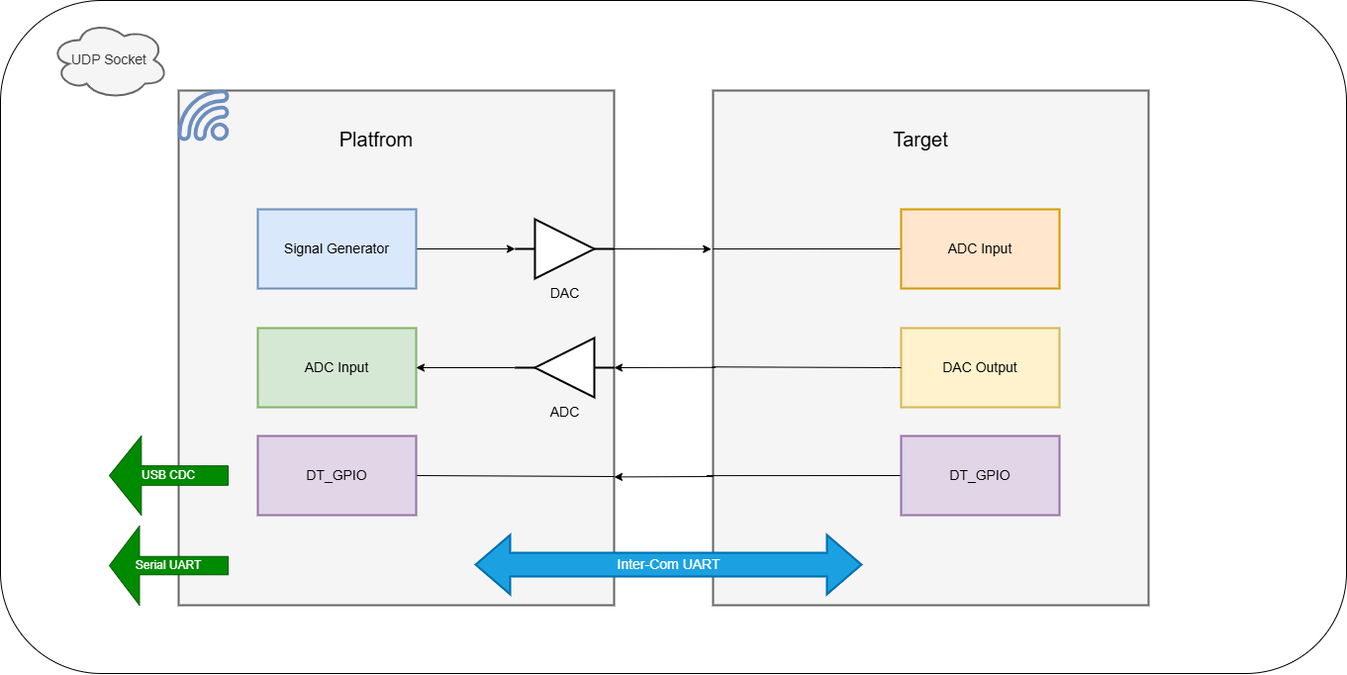
Above: docs/figures/block_diagram.png in RWU-EMM/Embedded-Project (draw.io), before the change. Source tidied: cells renumbered, new cells last; positions are measured from the earlier drawing's top-left corner, leaving out a move shared by most shapes.
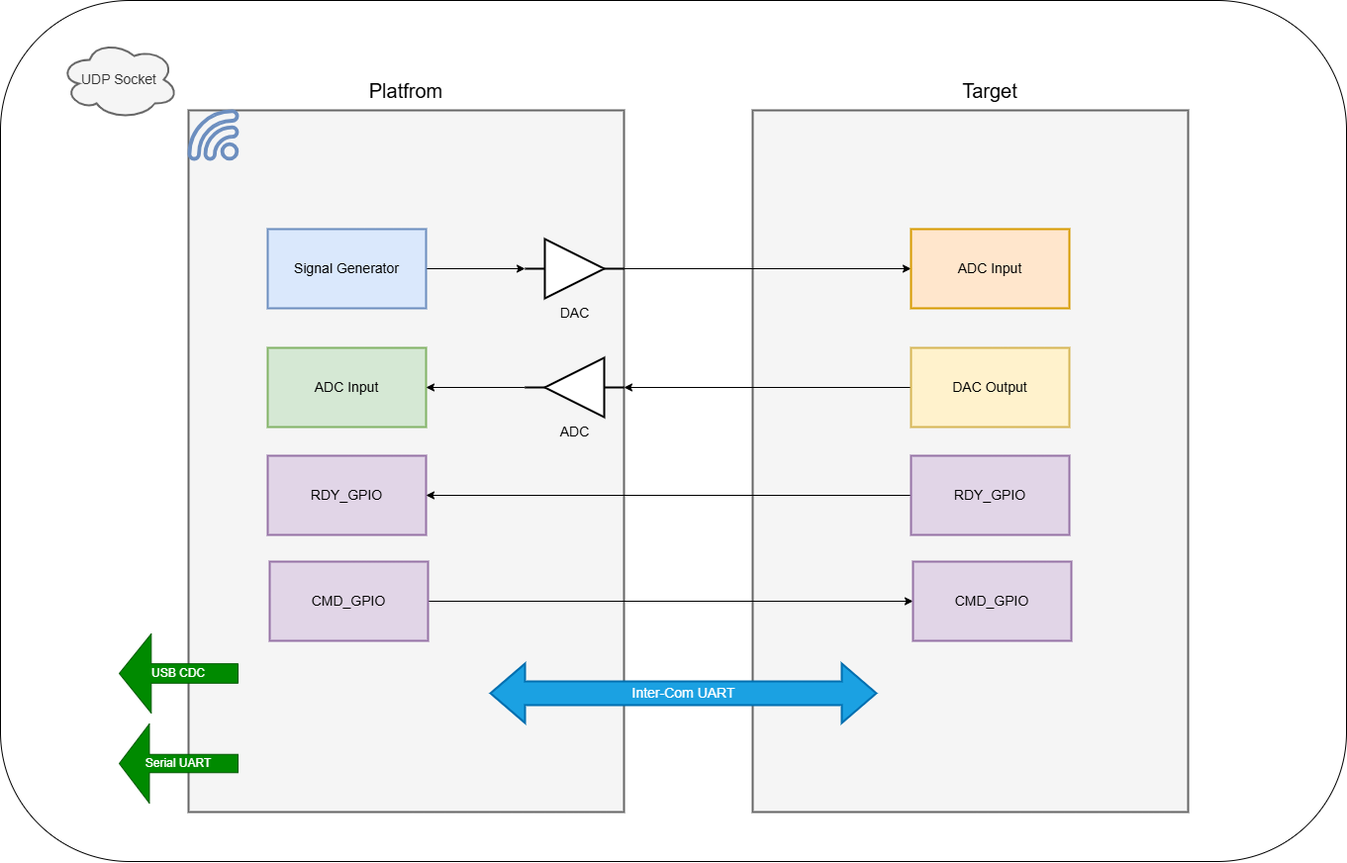
The same diagram one commit later.

The edit, as a diff of the source:
```diff
@@ -2,20 +2,15 @@
   <root>
     <mxCell id="0" />
     <mxCell id="1" parent="0" />
+    <mxCell id="29" style="rounded=0;whiteSpace=wrap;html=1;strokeColor=#666666;strokeWidth=2;align=center;verticalAlign=middle;fontFamily=Helvetica;fontSize=14;fontColor=#333333;fillColor=#f5f5f5;" parent="1" vertex="1">
+      <mxGeometry x="750" y="91" width="440" height="709" as="geometry" />
+    </mxCell>
+    <mxCell id="30" style="rounded=0;whiteSpace=wrap;html=1;strokeWidth=2;align=center;verticalAlign=middle;fontFamily=Helvetica;fontSize=14;fillColor=#f5f5f5;fontColor=#333333;strokeColor=#666666;" parent="1" vertex="1">
+      <mxGeometry x="180" y="91" width="440" height="709" as="geometry" />
+    </mxCell>
-    <mxCell id="2" style="rounded=1;whiteSpace=wrap;html=1;" parent="1" vertex="1">
-      <mxGeometry width="1360" height="680" as="geometry" />
+    <mxCell id="2" style="rounded=1;whiteSpace=wrap;html=1;fillColor=none;" parent="1" vertex="1">
+      <mxGeometry x="-10" y="-20" width="1360" height="870" as="geometry" />
     </mxCell>
-    <mxCell id="3" style="edgeStyle=none;html=1;exitX=0;exitY=0.75;exitDx=0;exitDy=0;" parent="1" edge="1" source="4">
-      <mxGeometry relative="1" as="geometry">
-        <mxPoint x="620" y="481.4" as="targetPoint" />
-      </mxGeometry>
-    </mxCell>
-    <mxCell id="4" style="rounded=0;whiteSpace=wrap;html=1;strokeColor=#666666;strokeWidth=2;align=center;verticalAlign=middle;fontFamily=Helvetica;fontSize=14;fontColor=#333333;fillColor=#f5f5f5;" parent="1" vertex="1">
-      <mxGeometry x="720" y="91" width="440" height="520" as="geometry" />
-    </mxCell>
-    <mxCell id="5" style="rounded=0;whiteSpace=wrap;html=1;strokeWidth=2;align=center;verticalAlign=middle;fontFamily=Helvetica;fontSize=14;fillColor=#f5f5f5;fontColor=#333333;strokeColor=#666666;" parent="1" vertex="1">
-      <mxGeometry x="180" y="91" width="440" height="520" as="geometry" />
-    </mxCell>
     <mxCell id="6" style="edgeStyle=orthogonalEdgeStyle;html=1;exitX=1;exitY=0.5;exitDx=0;exitDy=0;entryX=0;entryY=0.5;entryDx=0;entryDy=0;fontFamily=Helvetica;fontSize=14;fontColor=default;" parent="1" edge="1" source="7" target="9">
       <mxGeometry relative="1" as="geometry" />
     </mxCell>
@@ -25,6 +20,9 @@
     <mxCell id="8" value="ADC Input" style="rounded=0;whiteSpace=wrap;html=1;fontSize=14;strokeWidth=2;fillColor=#d5e8d4;strokeColor=#82b366;" parent="1" vertex="1">
       <mxGeometry x="260" y="331" width="160" height="80" as="geometry" />
     </mxCell>
+    <mxCell id="31" style="edgeStyle=orthogonalEdgeStyle;html=1;exitX=1;exitY=0.5;exitDx=0;exitDy=0;entryX=0;entryY=0.5;entryDx=0;entryDy=0;" parent="1" edge="1" source="9" target="22">
+      <mxGeometry relative="1" as="geometry" />
+    </mxCell>
     <mxCell id="9" value="DAC" style="verticalLabelPosition=bottom;shadow=0;dashed=0;align=center;html=1;verticalAlign=top;shape=mxgraph.electrical.logic_gates.buffer2;rounded=0;strokeColor=default;strokeWidth=2;fontFamily=Helvetica;fontSize=14;fontColor=default;fillColor=default;" parent="1" vertex="1">
       <mxGeometry x="520" y="221" width="100" height="60" as="geometry" />
     </mxCell>
@@ -35,7 +33,7 @@
       <mxGeometry x="520" y="341" width="100" height="60" as="geometry" />
     </mxCell>
     <mxCell id="12" value="Inter-Com UART" style="html=1;shadow=0;dashed=0;align=center;verticalAlign=middle;shape=mxgraph.arrows2.twoWayArrow;dy=0.6;dx=35;rounded=0;strokeColor=#006EAF;strokeWidth=2;fontFamily=Helvetica;fontSize=14;fontColor=#ffffff;fillColor=#1ba1e2;" parent="1" vertex="1">
-      <mxGeometry x="480" y="540" width="390" height="60" as="geometry" />
+      <mxGeometry x="485" y="650" width="390" height="60" as="geometry" />
     </mxCell>
     <mxCell id="13" style="sketch=0;shadow=0;dashed=0;html=1;strokeColor=#6c8ebf;fillColor=#dae8fc;labelPosition=center;verticalLabelPosition=bottom;verticalAlign=top;align=center;shape=mxgraph.vvd.wi_fi;rounded=0;strokeWidth=2;fontFamily=Helvetica;fontSize=14;direction=north;" parent="1" vertex="1">
       <mxGeometry x="180" y="91" width="50" height="50" as="geometry" />
@@ -43,58 +41,44 @@
     <mxCell id="14" value="UDP Socket" style="ellipse;shape=cloud;whiteSpace=wrap;html=1;rounded=0;strokeColor=#666666;strokeWidth=2;align=center;verticalAlign=middle;fontFamily=Helvetica;fontSize=14;fontColor=#333333;fillColor=#f5f5f5;" parent="1" vertex="1">
       <mxGeometry x="50" y="20" width="120" height="80" as="geometry" />
     </mxCell>
-    <mxCell id="15" style="edgeStyle=none;html=1;exitX=1;exitY=0.5;exitDx=0;exitDy=0;entryX=1;entryY=0.75;entryDx=0;entryDy=0;startArrow=none;startFill=0;endArrow=none;endFill=0;" parent="1" edge="1" source="16" target="5">
-      <mxGeometry relative="1" as="geometry" />
-    </mxCell>
-    <mxCell id="16" value="DT_GPIO" style="rounded=0;whiteSpace=wrap;html=1;fontSize=14;strokeWidth=2;fillColor=#e1d5e7;strokeColor=#9673a6;" parent="1" vertex="1">
+    <mxCell id="16" value="RDY_GPIO" style="rounded=0;whiteSpace=wrap;html=1;fontSize=14;strokeWidth=2;fillColor=#e1d5e7;strokeColor=#9673a6;" parent="1" vertex="1">
       <mxGeometry x="260" y="440" width="160" height="80" as="geometry" />
     </mxCell>
-    <mxCell id="17" style="edgeStyle=none;html=1;exitX=1;exitY=0.5;exitDx=0;exitDy=0;entryX=-0.004;entryY=0.308;entryDx=0;entryDy=0;entryPerimeter=0;" parent="1" edge="1" source="9" target="4">
-      <mxGeometry relative="1" as="geometry" />
-    </mxCell>
-    <mxCell id="18" style="edgeStyle=none;html=1;exitX=1;exitY=0.5;exitDx=0;exitDy=0;entryX=0.006;entryY=0.538;entryDx=0;entryDy=0;entryPerimeter=0;startArrow=classic;startFill=1;endArrow=none;endFill=0;" parent="1" edge="1" source="11" target="4">
-      <mxGeometry relative="1" as="geometry" />
-    </mxCell>
     <mxCell id="19" value="Platfrom" style="text;html=1;align=center;verticalAlign=middle;whiteSpace=wrap;rounded=0;fontSize=20;" parent="1" vertex="1">
-      <mxGeometry x="350" y="120" width="60" height="40" as="geometry" />
+      <mxGeometry x="370" y="51" width="60" height="40" as="geometry" />
     </mxCell>
     <mxCell id="20" value="Target" style="text;html=1;align=center;verticalAlign=middle;whiteSpace=wrap;rounded=0;fontSize=20;" parent="1" vertex="1">
-      <mxGeometry x="900" y="120" width="60" height="40" as="geometry" />
+      <mxGeometry x="960" y="51" width="60" height="40" as="geometry" />
     </mxCell>
-    <mxCell id="21" style="edgeStyle=orthogonalEdgeStyle;html=1;exitX=0;exitY=0.5;exitDx=0;exitDy=0;startArrow=none;startFill=0;endArrow=none;endFill=0;" parent="1" edge="1" source="22">
-      <mxGeometry relative="1" as="geometry">
-        <mxPoint x="720" y="251.1" as="targetPoint" />
-      </mxGeometry>
-    </mxCell>
     <mxCell id="22" value="ADC Input" style="rounded=0;whiteSpace=wrap;html=1;fontSize=14;strokeWidth=2;fillColor=#ffe6cc;strokeColor=#d79b00;" parent="1" vertex="1">
       <mxGeometry x="910" y="211" width="160" height="80" as="geometry" />
     </mxCell>
+    <mxCell id="32" style="edgeStyle=orthogonalEdgeStyle;html=1;exitX=0;exitY=0.5;exitDx=0;exitDy=0;entryX=1;entryY=0.5;entryDx=0;entryDy=0;" parent="1" edge="1" source="23" target="11">
+      <mxGeometry relative="1" as="geometry" />
+    </mxCell>
     <mxCell id="23" value="DAC Output" style="rounded=0;whiteSpace=wrap;html=1;fontSize=14;strokeWidth=2;fillColor=#fff2cc;strokeColor=#d6b656;" parent="1" vertex="1">
       <mxGeometry x="910" y="331" width="160" height="80" as="geometry" />
     </mxCell>
-    <mxCell id="24" style="edgeStyle=orthogonalEdgeStyle;html=1;exitX=0;exitY=0.5;exitDx=0;exitDy=0;entryX=0;entryY=0.75;entryDx=0;entryDy=0;startArrow=none;startFill=0;endArrow=none;endFill=0;" parent="1" edge="1" source="25" target="4">
-      <mxGeometry relative="1" as="geometry">
-        <Array as="points">
-          <mxPoint x="710" y="480" />
-        </Array>
-      </mxGeometry>
-    </mxCell>
+    <mxCell id="33" style="edgeStyle=orthogonalEdgeStyle;html=1;exitX=0;exitY=0.5;exitDx=0;exitDy=0;" parent="1" edge="1" source="25" target="16">
+      <mxGeometry relative="1" as="geometry" />
+    </mxCell>
-    <mxCell id="25" value="DT_GPIO" style="rounded=0;whiteSpace=wrap;html=1;fontSize=14;strokeWidth=2;fillColor=#e1d5e7;strokeColor=#9673a6;" parent="1" vertex="1">
+    <mxCell id="25" value="RDY_GPIO" style="rounded=0;whiteSpace=wrap;html=1;fontSize=14;strokeWidth=2;fillColor=#e1d5e7;strokeColor=#9673a6;" parent="1" vertex="1">
       <mxGeometry x="910" y="440" width="160" height="80" as="geometry" />
     </mxCell>
-    <mxCell id="26" style="edgeStyle=orthogonalEdgeStyle;html=1;exitX=0;exitY=0.5;exitDx=0;exitDy=0;entryX=-0.002;entryY=0.537;entryDx=0;entryDy=0;entryPerimeter=0;endArrow=none;endFill=0;" parent="1" edge="1" source="23" target="4">
-      <mxGeometry relative="1" as="geometry">
-        <Array as="points">
-          <mxPoint x="900" y="371" />
-          <mxPoint x="710" y="370" />
-        </Array>
-      </mxGeometry>
-    </mxCell>
     <mxCell id="27" value="Serial UART" style="shape=singleArrow;direction=west;whiteSpace=wrap;html=1;fillColor=#008a00;fontColor=#ffffff;strokeColor=#005700;arrowWidth=0.23102815047554373;arrowSize=0.25362340954766815;" parent="1" vertex="1">
-      <mxGeometry x="110" y="531" width="120" height="80" as="geometry" />
+      <mxGeometry x="110" y="711" width="120" height="80" as="geometry" />
     </mxCell>
     <mxCell id="28" value="USB CDC" style="shape=singleArrow;direction=west;whiteSpace=wrap;html=1;fillColor=#008a00;fontColor=#ffffff;strokeColor=#005700;arrowWidth=0.24515858525815873;arrowSize=0.2694339475769931;" parent="1" vertex="1">
-      <mxGeometry x="110" y="440" width="120" height="80" as="geometry" />
+      <mxGeometry x="110" y="620" width="120" height="80" as="geometry" />
     </mxCell>
+    <mxCell id="34" style="edgeStyle=orthogonalEdgeStyle;html=1;exitX=1;exitY=0.5;exitDx=0;exitDy=0;" parent="1" edge="1" source="35" target="36">
+      <mxGeometry relative="1" as="geometry" />
+    </mxCell>
+    <mxCell id="35" value="CMD_GPIO" style="rounded=0;whiteSpace=wrap;html=1;fontSize=14;strokeWidth=2;fillColor=#e1d5e7;strokeColor=#9673a6;" parent="1" vertex="1">
+      <mxGeometry x="262" y="547" width="160" height="80" as="geometry" />
+    </mxCell>
+    <mxCell id="36" value="CMD_GPIO" style="rounded=0;whiteSpace=wrap;html=1;fontSize=14;strokeWidth=2;fillColor=#e1d5e7;strokeColor=#9673a6;" parent="1" vertex="1">
+      <mxGeometry x="912" y="547" width="160" height="80" as="geometry" />
+    </mxCell>
   </root>
 </mxGraphModel>
```
